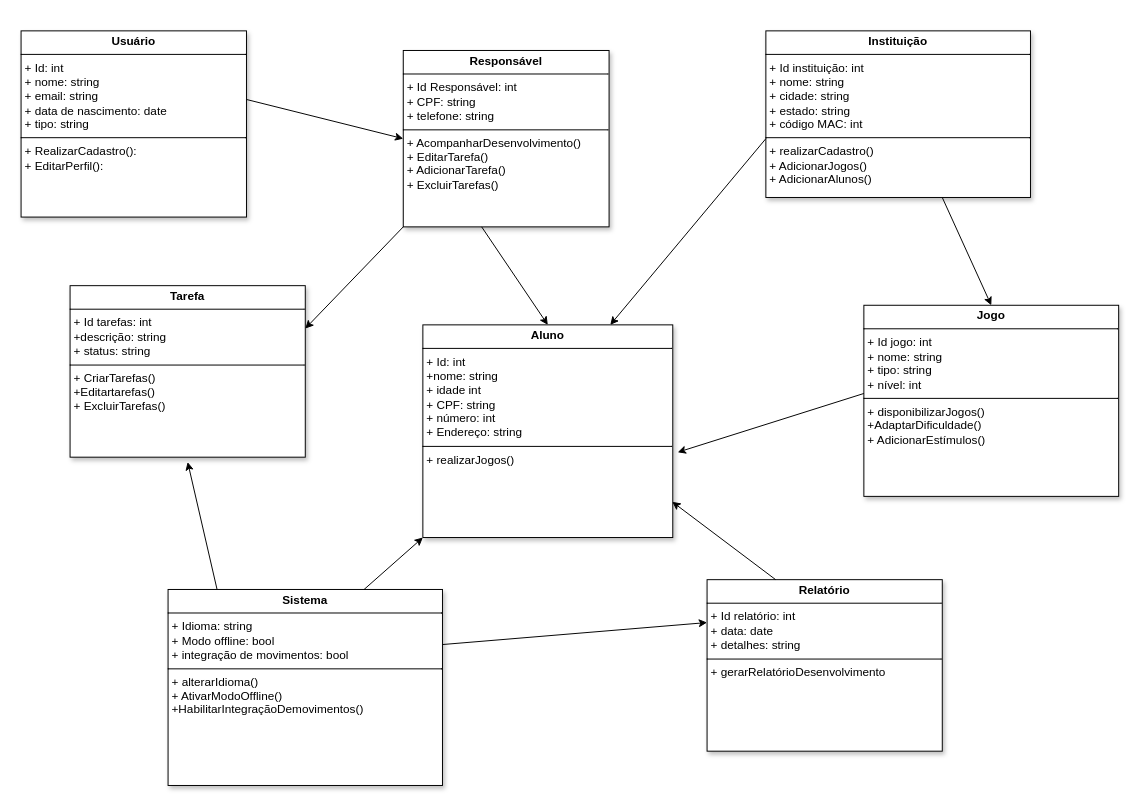
AnaBeatriz191/diagramasderequisitos keeps this draw.io diagram as page "diagrama de classes" (3 of 3) of Diagramaaula.drawio. Above is the earlier version. Source tidied: cells renumbered, new cells numbered last; positions are measured from the earlier drawing's top-left corner, leaving out a move shared by most shapes. Both pictures are drawn from the tidied source at 98%, with x=0, y=0 at pixel (21, 30).
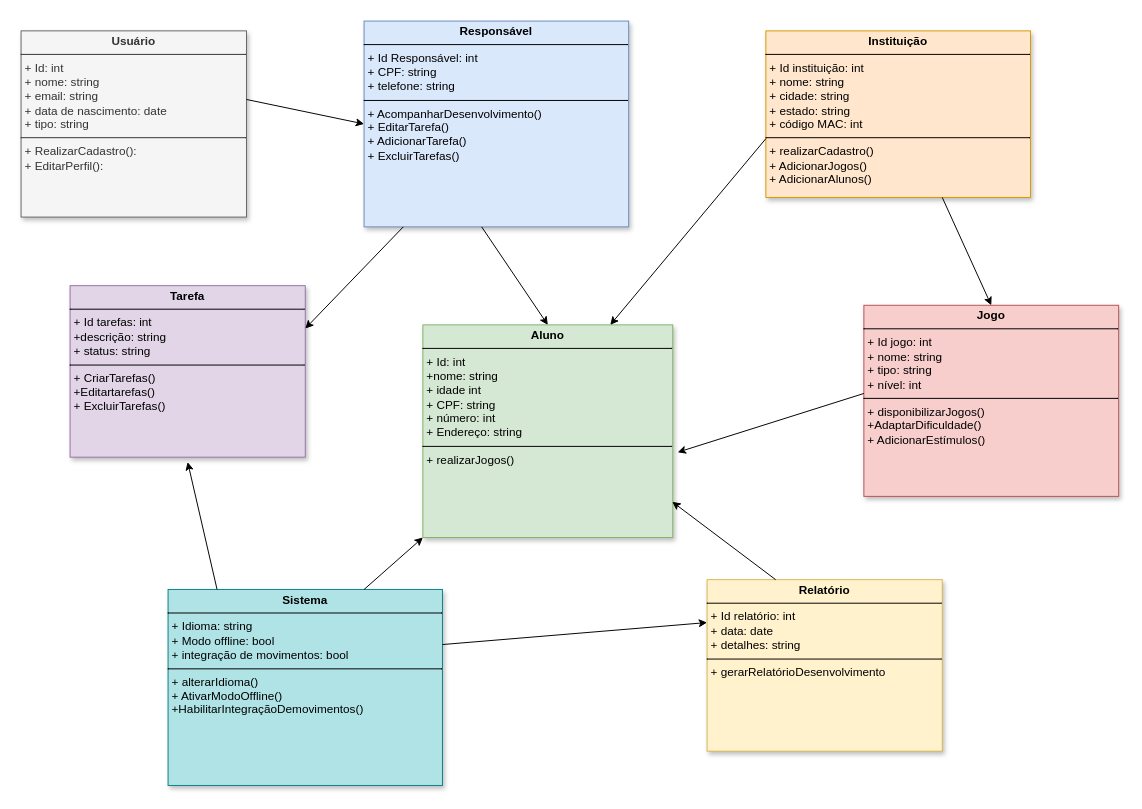
After the change.

Diff of the diagram source:
```diff
@@
-    <mxCell id="2" value="&lt;p style=&quot;margin:0px;margin-top:4px;text-align:center;&quot;&gt;&lt;b&gt;Relatório&lt;/b&gt;&lt;/p&gt;&lt;hr size=&quot;1&quot; style=&quot;border-style:solid;&quot;&gt;&lt;p style=&quot;margin:0px;margin-left:4px;&quot;&gt;+ Id relatório: int&lt;br&gt;+ data: date&lt;br&gt;+ detalhes: string&lt;/p&gt;&lt;hr size=&quot;1&quot; style=&quot;border-style:solid;&quot;&gt;&lt;p style=&quot;margin:0px;margin-left:4px;&quot;&gt;+ gerarRelatórioDesenvolvimento&lt;/p&gt;" style="verticalAlign=top;align=left;overflow=fill;html=1;whiteSpace=wrap;shadow=1;" parent="1" vertex="1">
+    <mxCell id="2" value="&lt;p style=&quot;margin:0px;margin-top:4px;text-align:center;&quot;&gt;&lt;b&gt;Relatório&lt;/b&gt;&lt;/p&gt;&lt;hr size=&quot;1&quot; style=&quot;border-style:solid;&quot;&gt;&lt;p style=&quot;margin:0px;margin-left:4px;&quot;&gt;+ Id relatório: int&lt;br&gt;+ data: date&lt;br&gt;+ detalhes: string&lt;/p&gt;&lt;hr size=&quot;1&quot; style=&quot;border-style:solid;&quot;&gt;&lt;p style=&quot;margin:0px;margin-left:4px;&quot;&gt;+ gerarRelatórioDesenvolvimento&lt;/p&gt;" style="verticalAlign=top;align=left;overflow=fill;html=1;whiteSpace=wrap;shadow=1;fillColor=#fff2cc;strokeColor=#d6b656;" parent="1" vertex="1">
       <mxGeometry x="700" y="560" width="240" height="175" as="geometry" />
     </mxCell>
-    <mxCell id="3" value="&lt;p style=&quot;margin:0px;margin-top:4px;text-align:center;&quot;&gt;&lt;b&gt;Jogo&lt;/b&gt;&lt;/p&gt;&lt;hr size=&quot;1&quot; style=&quot;border-style:solid;&quot;&gt;&lt;p style=&quot;margin:0px;margin-left:4px;&quot;&gt;+ Id jogo: int&lt;br&gt;+ nome: string&lt;/p&gt;&lt;p style=&quot;margin:0px;margin-left:4px;&quot;&gt;+ tipo: string&lt;/p&gt;&lt;p style=&quot;margin:0px;margin-left:4px;&quot;&gt;+ nível: int&lt;/p&gt;&lt;hr size=&quot;1&quot; style=&quot;border-style:solid;&quot;&gt;&lt;p style=&quot;margin:0px;margin-left:4px;&quot;&gt;+ disponibilizarJogos()&lt;br&gt;+AdaptarDificuldade()&lt;br&gt;+ AdicionarEstímulos()&lt;/p&gt;" style="verticalAlign=top;align=left;overflow=fill;html=1;whiteSpace=wrap;shadow=1;" parent="1" vertex="1">
+    <mxCell id="3" value="&lt;p style=&quot;margin:0px;margin-top:4px;text-align:center;&quot;&gt;&lt;b&gt;Jogo&lt;/b&gt;&lt;/p&gt;&lt;hr size=&quot;1&quot; style=&quot;border-style:solid;&quot;&gt;&lt;p style=&quot;margin:0px;margin-left:4px;&quot;&gt;+ Id jogo: int&lt;br&gt;+ nome: string&lt;/p&gt;&lt;p style=&quot;margin:0px;margin-left:4px;&quot;&gt;+ tipo: string&lt;/p&gt;&lt;p style=&quot;margin:0px;margin-left:4px;&quot;&gt;+ nível: int&lt;/p&gt;&lt;hr size=&quot;1&quot; style=&quot;border-style:solid;&quot;&gt;&lt;p style=&quot;margin:0px;margin-left:4px;&quot;&gt;+ disponibilizarJogos()&lt;br&gt;+AdaptarDificuldade()&lt;br&gt;+ AdicionarEstímulos()&lt;/p&gt;" style="verticalAlign=top;align=left;overflow=fill;html=1;whiteSpace=wrap;shadow=1;fillColor=#f8cecc;strokeColor=#b85450;" parent="1" vertex="1">
       <mxGeometry x="860" y="280" width="260" height="195" as="geometry" />
     </mxCell>
-    <mxCell id="4" value="&lt;p style=&quot;margin:0px;margin-top:4px;text-align:center;&quot;&gt;&lt;b&gt;Instituição&lt;/b&gt;&lt;/p&gt;&lt;hr size=&quot;1&quot; style=&quot;border-style:solid;&quot;&gt;&lt;p style=&quot;margin:0px;margin-left:4px;&quot;&gt;+ Id instituição: int&lt;br&gt;+ nome: string&lt;br&gt;+ cidade: string&lt;br&gt;+ estado: string&lt;br&gt;+ código MAC: int&lt;/p&gt;&lt;hr size=&quot;1&quot; style=&quot;border-style:solid;&quot;&gt;&lt;p style=&quot;margin:0px;margin-left:4px;&quot;&gt;+ realizarCadastro()&lt;br&gt;+ AdicionarJogos()&lt;br&gt;+ AdicionarAlunos()&lt;/p&gt;" style="verticalAlign=top;align=left;overflow=fill;html=1;whiteSpace=wrap;shadow=1;" parent="1" vertex="1">
+    <mxCell id="4" value="&lt;p style=&quot;margin:0px;margin-top:4px;text-align:center;&quot;&gt;&lt;b&gt;Instituição&lt;/b&gt;&lt;/p&gt;&lt;hr size=&quot;1&quot; style=&quot;border-style:solid;&quot;&gt;&lt;p style=&quot;margin:0px;margin-left:4px;&quot;&gt;+ Id instituição: int&lt;br&gt;+ nome: string&lt;br&gt;+ cidade: string&lt;br&gt;+ estado: string&lt;br&gt;+ código MAC: int&lt;/p&gt;&lt;hr size=&quot;1&quot; style=&quot;border-style:solid;&quot;&gt;&lt;p style=&quot;margin:0px;margin-left:4px;&quot;&gt;+ realizarCadastro()&lt;br&gt;+ AdicionarJogos()&lt;br&gt;+ AdicionarAlunos()&lt;/p&gt;" style="verticalAlign=top;align=left;overflow=fill;html=1;whiteSpace=wrap;shadow=1;fillColor=#ffe6cc;strokeColor=#d79b00;" parent="1" vertex="1">
       <mxGeometry x="760" width="270" height="170" as="geometry" />
     </mxCell>
-    <mxCell id="5" value="&lt;p style=&quot;margin:0px;margin-top:4px;text-align:center;&quot;&gt;&lt;b&gt;Responsável&lt;/b&gt;&lt;/p&gt;&lt;hr size=&quot;1&quot; style=&quot;border-style:solid;&quot;&gt;&lt;p style=&quot;margin:0px;margin-left:4px;&quot;&gt;+ Id Responsável: int&lt;br&gt;+ CPF: string&lt;br&gt;+ telefone: string&lt;/p&gt;&lt;hr size=&quot;1&quot; style=&quot;border-style:solid;&quot;&gt;&lt;p style=&quot;margin:0px;margin-left:4px;&quot;&gt;+ AcompanharDesenvolvimento()&lt;br&gt;+ EditarTarefa()&lt;br&gt;+ AdicionarTarefa()&lt;br&gt;+ ExcluirTarefas()&lt;br&gt;&lt;br&gt;&lt;/p&gt;" style="verticalAlign=top;align=left;overflow=fill;html=1;whiteSpace=wrap;shadow=1;" parent="1" vertex="1">
-      <mxGeometry x="390" y="20" width="210" height="180" as="geometry" />
+    <mxCell id="5" value="&lt;p style=&quot;margin:0px;margin-top:4px;text-align:center;&quot;&gt;&lt;b&gt;Responsável&lt;/b&gt;&lt;/p&gt;&lt;hr size=&quot;1&quot; style=&quot;border-style:solid;&quot;&gt;&lt;p style=&quot;margin:0px;margin-left:4px;&quot;&gt;+ Id Responsável: int&lt;br&gt;+ CPF: string&lt;br&gt;+ telefone: string&lt;/p&gt;&lt;hr size=&quot;1&quot; style=&quot;border-style:solid;&quot;&gt;&lt;p style=&quot;margin:0px;margin-left:4px;&quot;&gt;+ AcompanharDesenvolvimento()&lt;br&gt;+ EditarTarefa()&lt;br&gt;+ AdicionarTarefa()&lt;br&gt;+ ExcluirTarefas()&lt;br&gt;&lt;br&gt;&lt;/p&gt;" style="verticalAlign=top;align=left;overflow=fill;html=1;whiteSpace=wrap;shadow=1;fillColor=#dae8fc;strokeColor=#6c8ebf;" parent="1" vertex="1">
+      <mxGeometry x="350" y="-10" width="270" height="210" as="geometry" />
     </mxCell>
-    <mxCell id="6" value="&lt;p style=&quot;margin:0px;margin-top:4px;text-align:center;&quot;&gt;&lt;b&gt;Usuário&lt;/b&gt;&lt;/p&gt;&lt;hr size=&quot;1&quot; style=&quot;border-style:solid;&quot;&gt;&lt;p style=&quot;margin:0px;margin-left:4px;&quot;&gt;+ Id: int&lt;br&gt;+ nome: string&lt;br&gt;+ email: string&lt;br&gt;+ data de nascimento: date&lt;br&gt;+ tipo: string&lt;/p&gt;&lt;hr size=&quot;1&quot; style=&quot;border-style:solid;&quot;&gt;&lt;p style=&quot;margin:0px;margin-left:4px;&quot;&gt;+ RealizarCadastro():&amp;nbsp;&lt;br&gt;+ EditarPerfil():&lt;/p&gt;" style="verticalAlign=top;align=left;overflow=fill;html=1;whiteSpace=wrap;shadow=1;" parent="1" vertex="1">
+    <mxCell id="6" value="&lt;p style=&quot;margin:0px;margin-top:4px;text-align:center;&quot;&gt;&lt;b&gt;Usuário&lt;/b&gt;&lt;/p&gt;&lt;hr size=&quot;1&quot; style=&quot;border-style:solid;&quot;&gt;&lt;p style=&quot;margin:0px;margin-left:4px;&quot;&gt;+ Id: int&lt;br&gt;+ nome: string&lt;br&gt;+ email: string&lt;br&gt;+ data de nascimento: date&lt;br&gt;+ tipo: string&lt;/p&gt;&lt;hr size=&quot;1&quot; style=&quot;border-style:solid;&quot;&gt;&lt;p style=&quot;margin:0px;margin-left:4px;&quot;&gt;+ RealizarCadastro():&amp;nbsp;&lt;br&gt;+ EditarPerfil():&lt;/p&gt;" style="verticalAlign=top;align=left;overflow=fill;html=1;whiteSpace=wrap;shadow=1;fillColor=#f5f5f5;fontColor=#333333;strokeColor=#666666;" parent="1" vertex="1">
       <mxGeometry width="230" height="190" as="geometry" />
     </mxCell>
-    <mxCell id="7" value="&lt;p style=&quot;margin:0px;margin-top:4px;text-align:center;&quot;&gt;&lt;b&gt;Tarefa&lt;/b&gt;&lt;/p&gt;&lt;hr size=&quot;1&quot; style=&quot;border-style:solid;&quot;&gt;&lt;p style=&quot;margin:0px;margin-left:4px;&quot;&gt;+ Id tarefas: int&lt;br&gt;+descrição: string&lt;br&gt;+ status: string&lt;/p&gt;&lt;hr size=&quot;1&quot; style=&quot;border-style:solid;&quot;&gt;&lt;p style=&quot;margin:0px;margin-left:4px;&quot;&gt;+ CriarTarefas()&lt;br&gt;+Editartarefas()&lt;br&gt;+ ExcluirTarefas()&lt;/p&gt;" style="verticalAlign=top;align=left;overflow=fill;html=1;whiteSpace=wrap;shadow=1;" parent="1" vertex="1">
+    <mxCell id="7" value="&lt;p style=&quot;margin:0px;margin-top:4px;text-align:center;&quot;&gt;&lt;b&gt;Tarefa&lt;/b&gt;&lt;/p&gt;&lt;hr size=&quot;1&quot; style=&quot;border-style:solid;&quot;&gt;&lt;p style=&quot;margin:0px;margin-left:4px;&quot;&gt;+ Id tarefas: int&lt;br&gt;+descrição: string&lt;br&gt;+ status: string&lt;/p&gt;&lt;hr size=&quot;1&quot; style=&quot;border-style:solid;&quot;&gt;&lt;p style=&quot;margin:0px;margin-left:4px;&quot;&gt;+ CriarTarefas()&lt;br&gt;+Editartarefas()&lt;br&gt;+ ExcluirTarefas()&lt;/p&gt;" style="verticalAlign=top;align=left;overflow=fill;html=1;whiteSpace=wrap;shadow=1;fillColor=#e1d5e7;strokeColor=#9673a6;" parent="1" vertex="1">
       <mxGeometry x="50" y="260" width="240" height="175" as="geometry" />
     </mxCell>
-    <mxCell id="8" value="&lt;p style=&quot;margin:0px;margin-top:4px;text-align:center;&quot;&gt;&lt;b&gt;Aluno&lt;/b&gt;&lt;/p&gt;&lt;hr size=&quot;1&quot; style=&quot;border-style:solid;&quot;&gt;&lt;p style=&quot;margin:0px;margin-left:4px;&quot;&gt;+ Id: int&lt;br&gt;+nome: string&lt;br&gt;+ idade int&lt;br&gt;+ CPF: string&lt;br&gt;+ número: int&lt;br&gt;+ Endereço: string&lt;/p&gt;&lt;hr size=&quot;1&quot; style=&quot;border-style:solid;&quot;&gt;&lt;p style=&quot;margin:0px;margin-left:4px;&quot;&gt;+ realizarJogos()&lt;/p&gt;" style="verticalAlign=top;align=left;overflow=fill;html=1;whiteSpace=wrap;shadow=1;" parent="1" vertex="1">
+    <mxCell id="8" value="&lt;p style=&quot;margin:0px;margin-top:4px;text-align:center;&quot;&gt;&lt;b&gt;Aluno&lt;/b&gt;&lt;/p&gt;&lt;hr size=&quot;1&quot; style=&quot;border-style:solid;&quot;&gt;&lt;p style=&quot;margin:0px;margin-left:4px;&quot;&gt;+ Id: int&lt;br&gt;+nome: string&lt;br&gt;+ idade int&lt;br&gt;+ CPF: string&lt;br&gt;+ número: int&lt;br&gt;+ Endereço: string&lt;/p&gt;&lt;hr size=&quot;1&quot; style=&quot;border-style:solid;&quot;&gt;&lt;p style=&quot;margin:0px;margin-left:4px;&quot;&gt;+ realizarJogos()&lt;/p&gt;" style="verticalAlign=top;align=left;overflow=fill;html=1;whiteSpace=wrap;shadow=1;fillColor=#d5e8d4;strokeColor=#82b366;" parent="1" vertex="1">
       <mxGeometry x="410" y="300" width="255" height="217" as="geometry" />
     </mxCell>
-    <mxCell id="9" value="&lt;p style=&quot;margin:0px;margin-top:4px;text-align:center;&quot;&gt;&lt;b&gt;Sistema&lt;/b&gt;&lt;/p&gt;&lt;hr size=&quot;1&quot; style=&quot;border-style:solid;&quot;&gt;&lt;p style=&quot;margin:0px;margin-left:4px;&quot;&gt;+ Idioma: string&lt;br&gt;+ Modo offline: bool&lt;br&gt;+ integração de movimentos: bool&lt;/p&gt;&lt;hr size=&quot;1&quot; style=&quot;border-style:solid;&quot;&gt;&lt;p style=&quot;margin:0px;margin-left:4px;&quot;&gt;+ alterarIdioma()&lt;br&gt;+ AtivarModoOffline()&lt;br&gt;+HabilitarIntegraçãoDemovimentos()&lt;/p&gt;" style="verticalAlign=top;align=left;overflow=fill;html=1;whiteSpace=wrap;shadow=1;" parent="1" vertex="1">
+    <mxCell id="9" value="&lt;p style=&quot;margin:0px;margin-top:4px;text-align:center;&quot;&gt;&lt;b&gt;Sistema&lt;/b&gt;&lt;/p&gt;&lt;hr size=&quot;1&quot; style=&quot;border-style:solid;&quot;&gt;&lt;p style=&quot;margin:0px;margin-left:4px;&quot;&gt;+ Idioma: string&lt;br&gt;+ Modo offline: bool&lt;br&gt;+ integração de movimentos: bool&lt;/p&gt;&lt;hr size=&quot;1&quot; style=&quot;border-style:solid;&quot;&gt;&lt;p style=&quot;margin:0px;margin-left:4px;&quot;&gt;+ alterarIdioma()&lt;br&gt;+ AtivarModoOffline()&lt;br&gt;+HabilitarIntegraçãoDemovimentos()&lt;/p&gt;" style="verticalAlign=top;align=left;overflow=fill;html=1;whiteSpace=wrap;shadow=1;fillColor=#b0e3e6;strokeColor=#0e8088;" parent="1" vertex="1">
       <mxGeometry x="150" y="570" width="280" height="200" as="geometry" />
     </mxCell>
```
